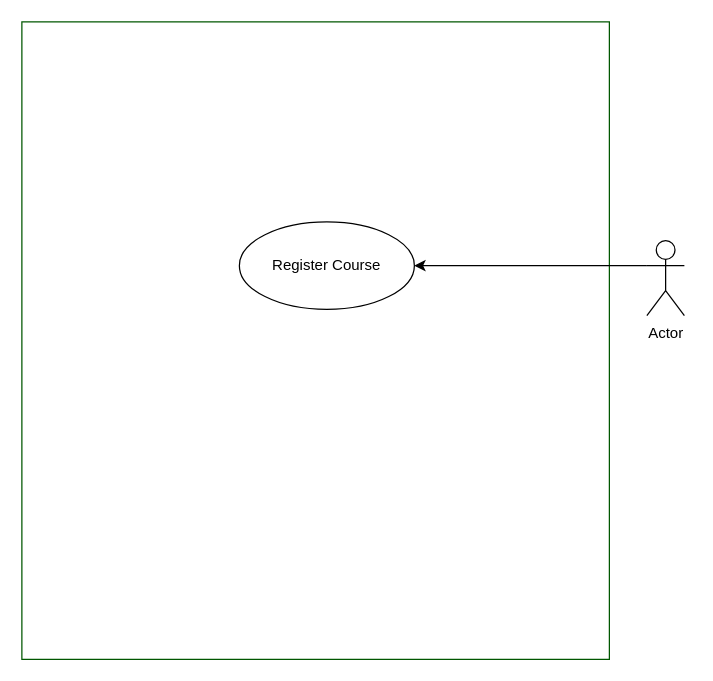
The draw.io diagram uml/UseCase.drawio in MTC-Hamed/ssd-design-lab-Hamed, before the edit. Source tidied: cells renumbered, new cells numbered last; positions are measured from the earlier drawing's top-left corner, leaving out a move shared by most shapes. Both pictures are drawn from the tidied source at 125%, with x=0, y=0 at pixel (21, 21).
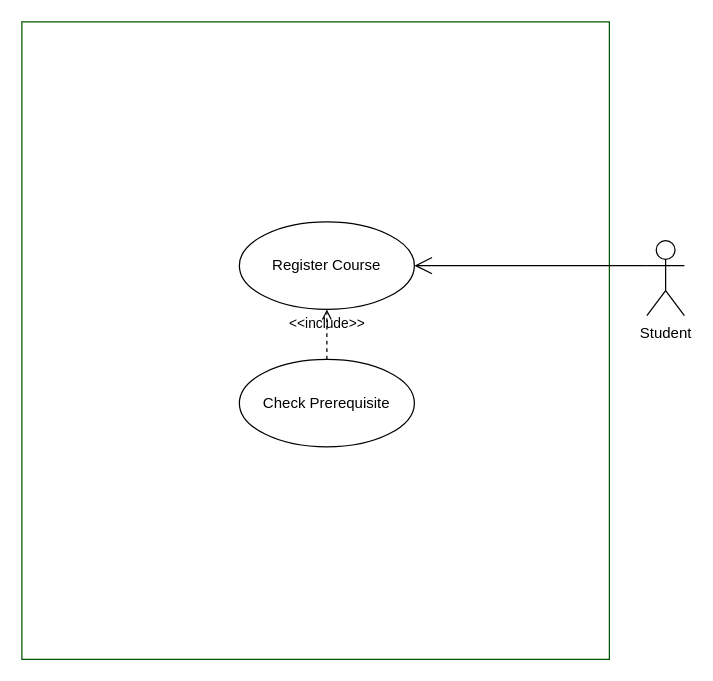
The same diagram, later.

Commit message (it also covers changes not shown here):
Feature/uml v0.2 (#1)

* Add files via upload

* feat(uml): add Check Prerequisite use case (v0.2)

What changed in the source:
```diff
@@
 <mxGraphModel>
   <root>
     <mxCell id="0" />
     <mxCell id="1" parent="0" />
     <mxCell id="2" style="rounded=0;whiteSpace=wrap;html=1;fillColor=default;fontColor=#ffffff;strokeColor=#005700;" parent="1" vertex="1">
       <mxGeometry width="470" height="510" as="geometry" />
     </mxCell>
-    <mxCell id="3" style="edgeStyle=orthogonalEdgeStyle;rounded=0;jettySize=auto;html=1;exitX=0;exitY=0.3333333333333333;exitDx=0;exitDy=0;exitPerimeter=0;entryX=1;entryY=0.5;entryDx=0;entryDy=0;" parent="1" edge="1" source="4" target="5">
-      <mxGeometry relative="1" as="geometry" />
-    </mxCell>
-    <mxCell id="4" value="Actor" style="shape=umlActor;verticalLabelPosition=bottom;verticalAlign=top;html=1;outlineConnect=0;" parent="1" vertex="1">
+    <mxCell id="4" value="Student" style="shape=umlActor;verticalLabelPosition=bottom;verticalAlign=top;html=1;outlineConnect=0;" parent="1" vertex="1">
       <mxGeometry x="500" y="175" width="30" height="60" as="geometry" />
     </mxCell>
     <mxCell id="5" value="Register Course" style="ellipse;whiteSpace=wrap;html=1;" parent="1" vertex="1">
       <mxGeometry x="174" y="160" width="140" height="70" as="geometry" />
     </mxCell>
+    <mxCell id="6" value="Check Prerequisite" style="ellipse;whiteSpace=wrap;html=1;" parent="1" vertex="1">
+      <mxGeometry x="174" y="270" width="140" height="70" as="geometry" />
+    </mxCell>
+    <mxCell id="3" style="endArrow=open;endFill=1;endSize=12;html=1;rounded=0;exitX=0;exitY=0.3333333333333333;exitDx=0;exitDy=0;exitPerimeter=0;" parent="1" edge="1" source="4" target="5">
+      <mxGeometry relative="1" as="geometry" />
+    </mxCell>
+    <mxCell id="7" value="&amp;lt;&amp;lt;include&amp;gt;&amp;gt;" style="html=1;verticalAlign=bottom;labelBackgroundColor=none;endArrow=open;endFill=0;dashed=1;rounded=0;exitX=0.5;exitY=0;exitDx=0;exitDy=0;entryX=0.5;entryY=1;entryDx=0;entryDy=0;" parent="1" edge="1" source="6" target="5">
+      <mxGeometry relative="1" as="geometry" />
+    </mxCell>
   </root>
 </mxGraphModel>
```
